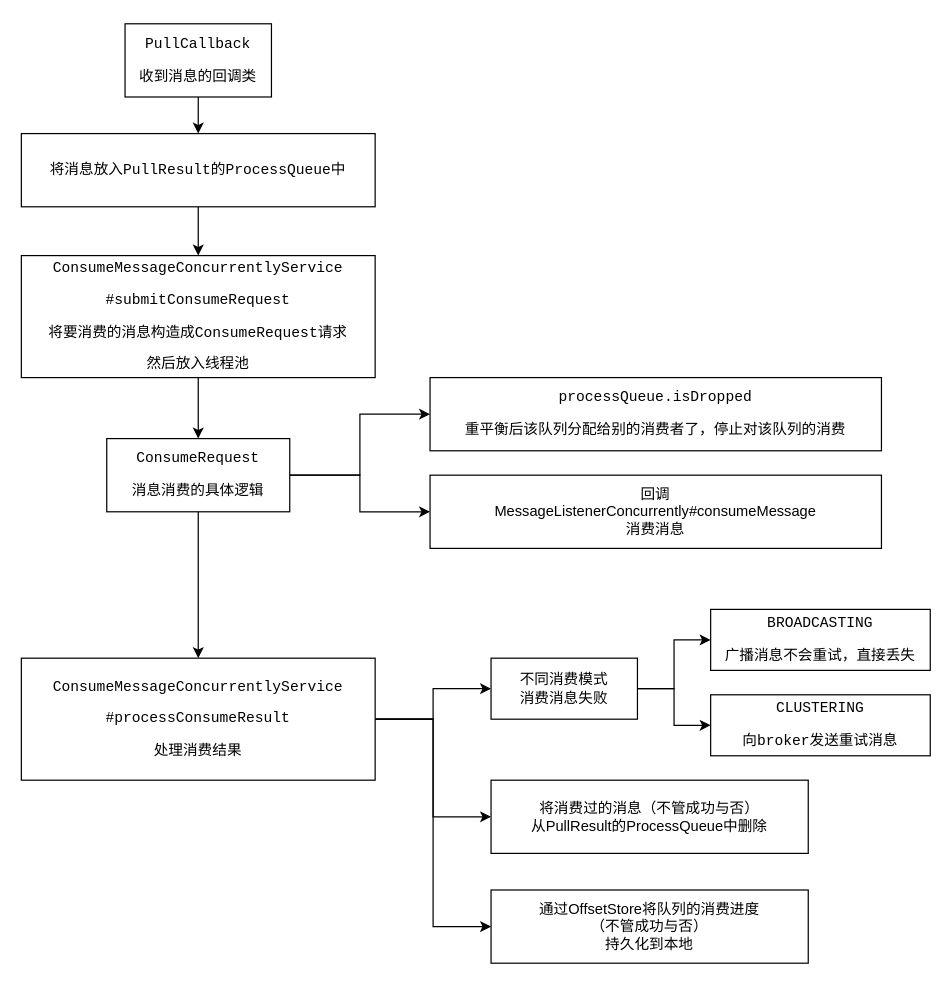
Above: rocketmq/收到消息后的具体消费流程.drawio in erlieStar/diagrams (draw.io), before the change. Source tidied: cells renumbered, new cells numbered last; positions are measured from the earlier drawing's top-left corner, leaving out a move shared by most shapes. Both pictures are drawn from the tidied source at 122%, with x=0, y=0 at pixel (21, 23).
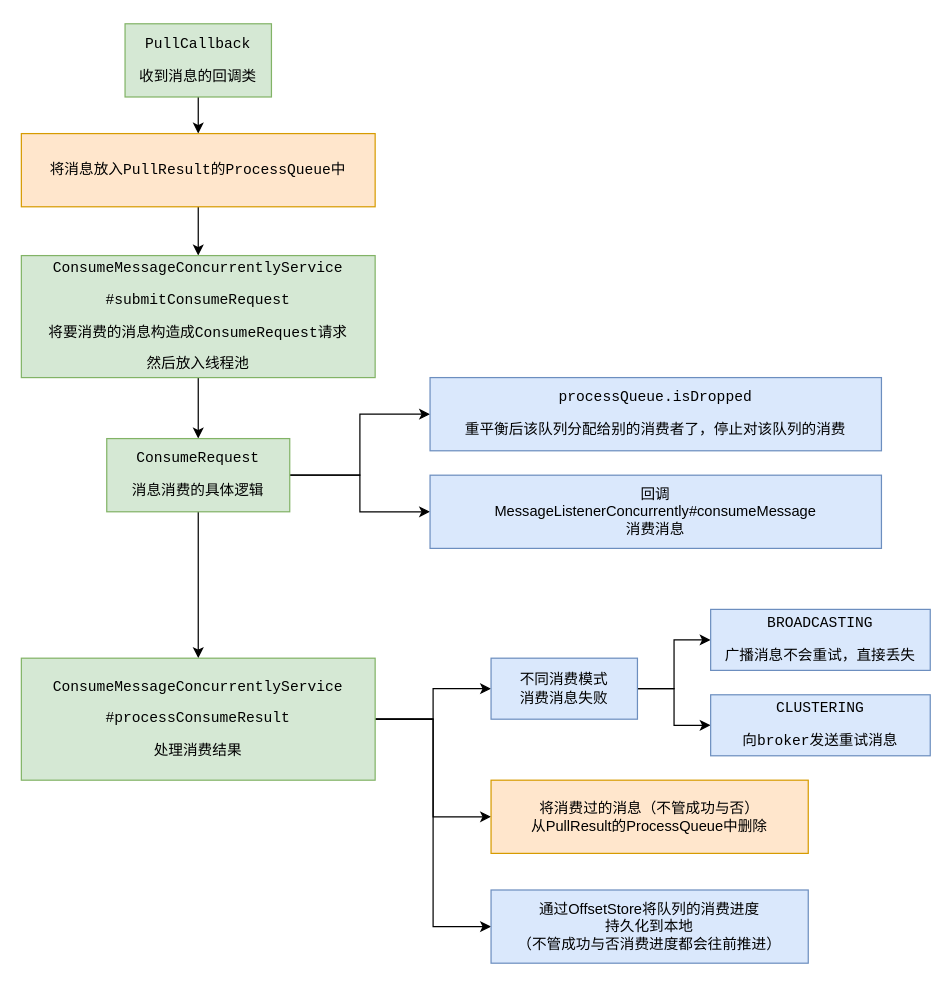
Above is the later version.

Commit message:
Update 收到消息后的具体消费流程.drawio

The edit, as a diff of the source:
```diff
@@
-    <mxCell id="3" value="&lt;pre&gt;PullCallback&lt;/pre&gt;&lt;pre&gt;收到消息的回调类&lt;/pre&gt;" style="rounded=0;whiteSpace=wrap;html=1;" parent="1" vertex="1">
+    <mxCell id="3" value="&lt;pre&gt;PullCallback&lt;/pre&gt;&lt;pre&gt;收到消息的回调类&lt;/pre&gt;" style="rounded=0;whiteSpace=wrap;html=1;fillColor=#d5e8d4;strokeColor=#82b366;" parent="1" vertex="1">
       <mxGeometry x="85" width="120" height="60" as="geometry" />
     </mxCell>
@@
-    <mxCell id="5" value="&lt;pre&gt;&lt;font face=&quot;Helvetica&quot;&gt;&lt;span&gt;将消息放入&lt;/span&gt;&lt;/font&gt;PullResult的ProcessQueue中&lt;/pre&gt;" style="rounded=0;whiteSpace=wrap;html=1;" parent="1" vertex="1">
+    <mxCell id="5" value="&lt;pre&gt;&lt;font face=&quot;Helvetica&quot;&gt;&lt;span&gt;将消息放入&lt;/span&gt;&lt;/font&gt;PullResult的ProcessQueue中&lt;/pre&gt;" style="rounded=0;whiteSpace=wrap;html=1;fillColor=#ffe6cc;strokeColor=#d79b00;" parent="1" vertex="1">
       <mxGeometry y="90" width="290" height="60" as="geometry" />
     </mxCell>
@@
-    <mxCell id="7" value="&lt;pre&gt;ConsumeMessageConcurrentlyService&lt;/pre&gt;&lt;pre&gt;#submitConsumeRequest&lt;/pre&gt;&lt;pre&gt;将要消费的消息构造成ConsumeRequest请求&lt;/pre&gt;&lt;pre&gt;然后放入线程池&lt;/pre&gt;" style="rounded=0;whiteSpace=wrap;html=1;" parent="1" vertex="1">
+    <mxCell id="7" value="&lt;pre&gt;ConsumeMessageConcurrentlyService&lt;/pre&gt;&lt;pre&gt;#submitConsumeRequest&lt;/pre&gt;&lt;pre&gt;将要消费的消息构造成ConsumeRequest请求&lt;/pre&gt;&lt;pre&gt;然后放入线程池&lt;/pre&gt;" style="rounded=0;whiteSpace=wrap;html=1;fillColor=#d5e8d4;strokeColor=#82b366;" parent="1" vertex="1">
       <mxGeometry y="190" width="290" height="100" as="geometry" />
     </mxCell>
@@
-    <mxCell id="11" value="&lt;pre&gt;ConsumeRequest&lt;/pre&gt;&lt;pre&gt;消息消费的具体逻辑&lt;/pre&gt;" style="rounded=0;whiteSpace=wrap;html=1;" parent="1" vertex="1">
+    <mxCell id="11" value="&lt;pre&gt;ConsumeRequest&lt;/pre&gt;&lt;pre&gt;消息消费的具体逻辑&lt;/pre&gt;" style="rounded=0;whiteSpace=wrap;html=1;fillColor=#d5e8d4;strokeColor=#82b366;" parent="1" vertex="1">
       <mxGeometry x="70" y="340" width="150" height="60" as="geometry" />
     </mxCell>
@@
-    <mxCell id="15" value="&lt;pre&gt;ConsumeMessageConcurrentlyService&lt;/pre&gt;&lt;pre&gt;#processConsumeResult&lt;/pre&gt;&lt;pre&gt;处理消费结果&lt;/pre&gt;" style="rounded=0;whiteSpace=wrap;html=1;" parent="1" vertex="1">
+    <mxCell id="15" value="&lt;pre&gt;ConsumeMessageConcurrentlyService&lt;/pre&gt;&lt;pre&gt;#processConsumeResult&lt;/pre&gt;&lt;pre&gt;处理消费结果&lt;/pre&gt;" style="rounded=0;whiteSpace=wrap;html=1;fillColor=#d5e8d4;strokeColor=#82b366;" parent="1" vertex="1">
       <mxGeometry y="520" width="290" height="100" as="geometry" />
     </mxCell>
-    <mxCell id="16" value="将消费过的消息（不管成功与否）&lt;br&gt;从&lt;span&gt;PullResult的ProcessQueue中删除&lt;/span&gt;" style="rounded=0;whiteSpace=wrap;html=1;" parent="1" vertex="1">
+    <mxCell id="16" value="将消费过的消息（不管成功与否）&lt;br&gt;从&lt;span&gt;PullResult的ProcessQueue中删除&lt;/span&gt;" style="rounded=0;whiteSpace=wrap;html=1;fillColor=#ffe6cc;strokeColor=#d79b00;" parent="1" vertex="1">
       <mxGeometry x="385" y="620" width="260" height="60" as="geometry" />
     </mxCell>
@@
-    <mxCell id="19" value="不同消费模式&lt;br&gt;消费消息失败" style="rounded=0;whiteSpace=wrap;html=1;" parent="1" vertex="1">
+    <mxCell id="19" value="不同消费模式&lt;br&gt;消费消息失败" style="rounded=0;whiteSpace=wrap;html=1;fillColor=#dae8fc;strokeColor=#6c8ebf;" parent="1" vertex="1">
       <mxGeometry x="385" y="520" width="120" height="50" as="geometry" />
     </mxCell>
-    <mxCell id="20" value="&lt;pre&gt;BROADCASTING&lt;/pre&gt;&lt;pre&gt;广播消息不会重试，直接丢失&lt;/pre&gt;" style="rounded=0;whiteSpace=wrap;html=1;" parent="1" vertex="1">
+    <mxCell id="20" value="&lt;pre&gt;BROADCASTING&lt;/pre&gt;&lt;pre&gt;广播消息不会重试，直接丢失&lt;/pre&gt;" style="rounded=0;whiteSpace=wrap;html=1;fillColor=#dae8fc;strokeColor=#6c8ebf;" parent="1" vertex="1">
       <mxGeometry x="565" y="480" width="180" height="50" as="geometry" />
     </mxCell>
-    <mxCell id="21" value="&lt;pre&gt;CLUSTERING&lt;/pre&gt;&lt;pre&gt;向broker发送重试消息&lt;/pre&gt;" style="rounded=0;whiteSpace=wrap;html=1;" parent="1" vertex="1">
+    <mxCell id="21" value="&lt;pre&gt;CLUSTERING&lt;/pre&gt;&lt;pre&gt;向broker发送重试消息&lt;/pre&gt;" style="rounded=0;whiteSpace=wrap;html=1;fillColor=#dae8fc;strokeColor=#6c8ebf;" parent="1" vertex="1">
       <mxGeometry x="565" y="550" width="180" height="50" as="geometry" />
     </mxCell>
-    <mxCell id="22" value="&lt;pre&gt;processQueue.isDropped&lt;/pre&gt;&lt;pre&gt;重平衡后该队列分配给别的消费者了，停止对该队列的消费&lt;/pre&gt;" style="rounded=0;whiteSpace=wrap;html=1;" parent="1" vertex="1">
+    <mxCell id="22" value="&lt;pre&gt;processQueue.isDropped&lt;/pre&gt;&lt;pre&gt;重平衡后该队列分配给别的消费者了，停止对该队列的消费&lt;/pre&gt;" style="rounded=0;whiteSpace=wrap;html=1;fillColor=#dae8fc;strokeColor=#6c8ebf;" parent="1" vertex="1">
       <mxGeometry x="335" y="290" width="370" height="60" as="geometry" />
     </mxCell>
-    <mxCell id="23" value="回调&lt;br&gt;MessageListenerConcurrently#consumeMessage&lt;br&gt;消费消息" style="rounded=0;whiteSpace=wrap;html=1;" parent="1" vertex="1">
+    <mxCell id="23" value="回调&lt;br&gt;MessageListenerConcurrently#consumeMessage&lt;br&gt;消费消息" style="rounded=0;whiteSpace=wrap;html=1;fillColor=#dae8fc;strokeColor=#6c8ebf;" parent="1" vertex="1">
       <mxGeometry x="335" y="370" width="370" height="60" as="geometry" />
     </mxCell>
-    <mxCell id="24" value="通过OffsetStore将队列的消费进度&lt;br&gt;（不管成功与否）&lt;br&gt;持久化到本地" style="rounded=0;whiteSpace=wrap;html=1;" parent="1" vertex="1">
+    <mxCell id="24" value="通过OffsetStore将队列的消费进度&lt;br&gt;持久化到本地&lt;br&gt;（不管成功与否消费进度都会往前推进）&lt;br&gt;" style="rounded=0;whiteSpace=wrap;html=1;fillColor=#dae8fc;strokeColor=#6c8ebf;" parent="1" vertex="1">
       <mxGeometry x="385" y="710" width="260" height="60" as="geometry" />
     </mxCell>
```
